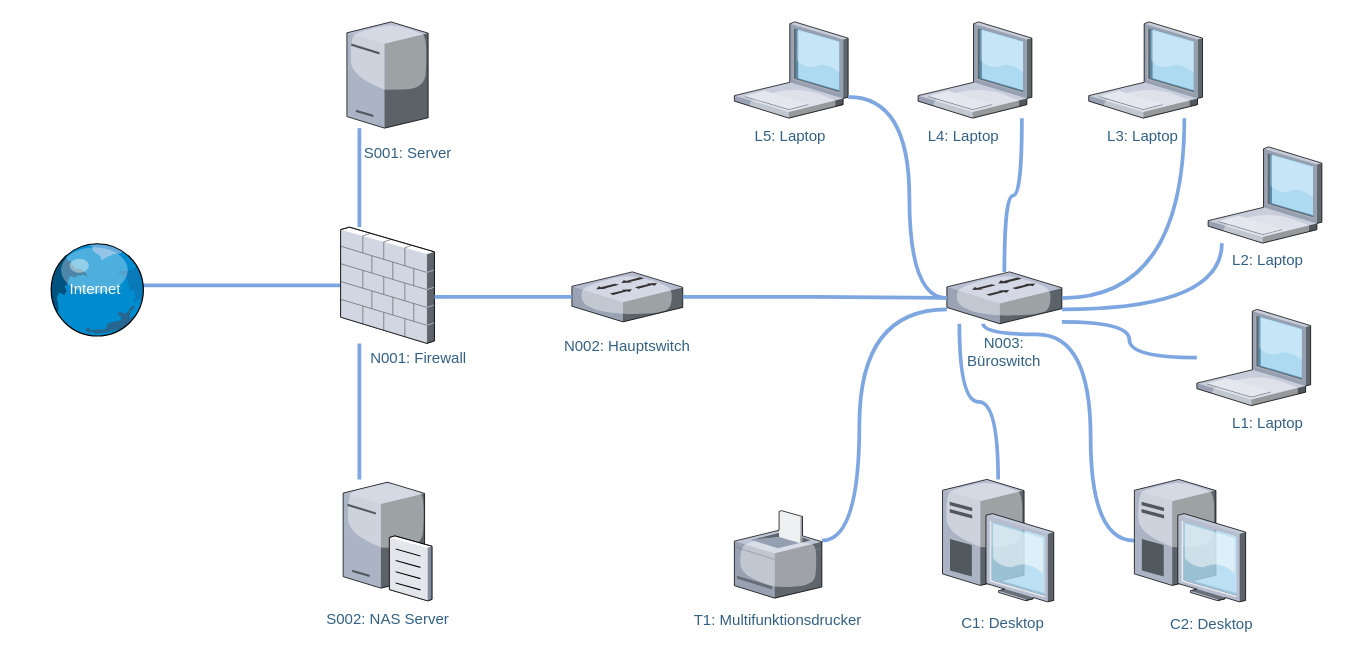
The draw.io diagram Untitled Diagram.drawio in posthak/Netsplan, before the edit. Source tidied: cells renumbered, new cells numbered last; positions are measured from the earlier drawing's top-left corner, leaving out a move shared by most shapes. Both pictures are drawn from the tidied source at 125%, with x=0, y=0 at pixel (21, 21).
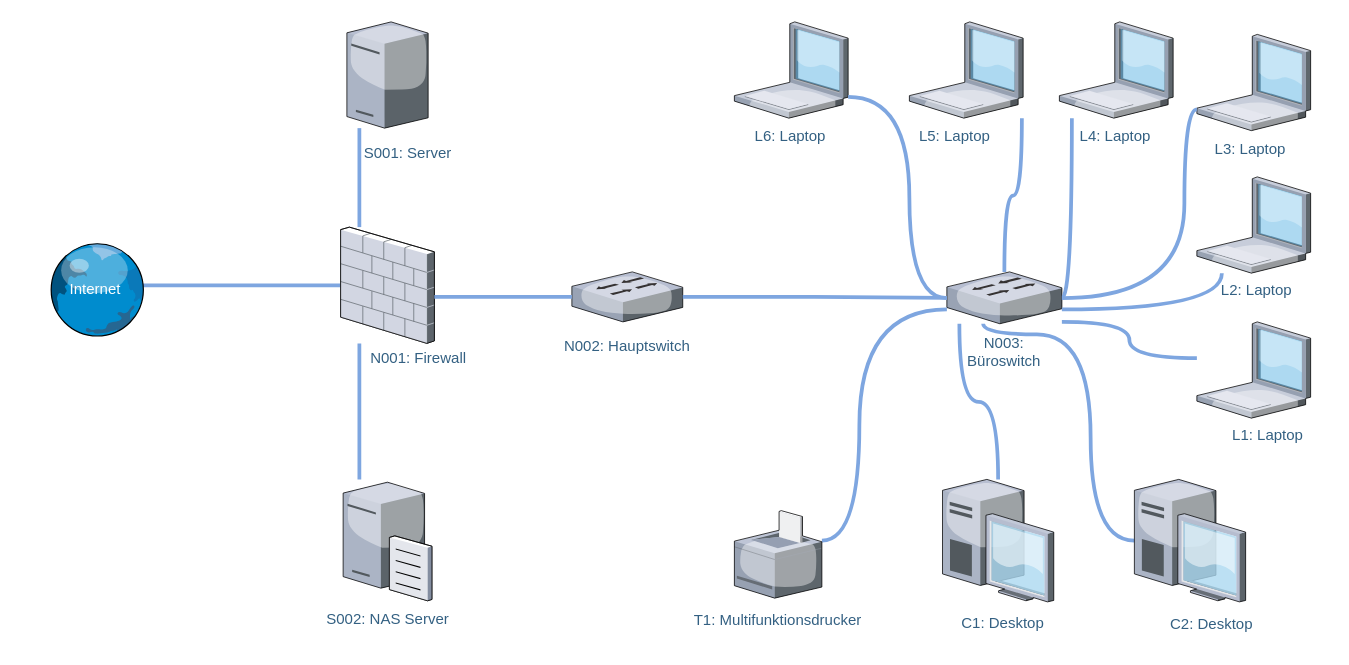
Above is the later version.

Unchanged cells that the change refers to:
```xml
<mxCell id="18" style="group;labelBackgroundColor=none;fontColor=#ffffff;rounded=1;fillColor=none;strokeColor=none;" parent="1" vertex="1">
  <mxGeometry x="570" width="91" height="106" as="geometry" />
</mxCell>
<mxCell id="31" style="verticalLabelPosition=bottom;html=1;verticalAlign=top;strokeColor=none;align=center;outlineConnect=0;shape=mxgraph.citrix.switch;labelBackgroundColor=none;fillColor=#FFE45E;fontColor=#5AA9E6;rounded=1;" parent="30" vertex="1">
  <mxGeometry width="92" height="41.5" as="geometry" />
</mxCell>
<mxCell id="34" style="verticalLabelPosition=bottom;html=1;verticalAlign=top;strokeColor=none;align=center;outlineConnect=0;shape=mxgraph.citrix.laptop_1;labelBackgroundColor=none;fillColor=#FFE45E;fontColor=#5AA9E6;rounded=1;" parent="33" vertex="1">
  <mxGeometry width="91" height="77" as="geometry" />
</mxCell>
```

What changed in the source:
```diff
@@
-    <mxCell id="20" value="&lt;span style=&quot;color: rgb(51, 96, 130);&quot;&gt;L5:&amp;nbsp;&lt;/span&gt;&lt;span style=&quot;color: rgb(51, 96, 130);&quot;&gt;Laptop&lt;/span&gt;" style="text;html=1;align=center;verticalAlign=middle;whiteSpace=wrap;rounded=1;fontFamily=Helvetica;fontSize=12;fontColor=#5AA9E6;labelBackgroundColor=none;fontStyle=0;" parent="18" vertex="1">
+    <mxCell id="20" value="&lt;span style=&quot;color: rgb(51, 96, 130);&quot;&gt;L6:&amp;nbsp;&lt;/span&gt;&lt;span style=&quot;color: rgb(51, 96, 130);&quot;&gt;Laptop&lt;/span&gt;" style="text;html=1;align=center;verticalAlign=middle;whiteSpace=wrap;rounded=1;fontFamily=Helvetica;fontSize=12;fontColor=#5AA9E6;labelBackgroundColor=none;fontStyle=0;" parent="18" vertex="1">
       <mxGeometry x="10" y="77" width="70" height="29" as="geometry" />
     </mxCell>
     <mxCell id="21" style="group;labelBackgroundColor=none;fontColor=#336082;rounded=1;" parent="1" vertex="1">
-      <mxGeometry x="717" width="91" height="106" as="geometry" />
+      <mxGeometry x="710" width="91" height="106" as="geometry" />
     </mxCell>
@@
-    <mxCell id="23" value="L4: Laptop" style="text;html=1;align=center;verticalAlign=middle;whiteSpace=wrap;rounded=1;fontFamily=Helvetica;fontSize=12;fontColor=#336082;labelBackgroundColor=none;" parent="21" vertex="1">
+    <mxCell id="23" value="L5: Laptop" style="text;html=1;align=center;verticalAlign=middle;whiteSpace=wrap;rounded=1;fontFamily=Helvetica;fontSize=12;fontColor=#336082;labelBackgroundColor=none;" parent="21" vertex="1">
       <mxGeometry y="77" width="73.2" height="29" as="geometry" />
     </mxCell>
     <mxCell id="24" style="group;labelBackgroundColor=none;fontColor=#336082;rounded=1;" parent="1" vertex="1">
-      <mxGeometry x="949" y="100" width="95.5" height="106" as="geometry" />
+      <mxGeometry x="940" y="124" width="95.5" height="106" as="geometry" />
     </mxCell>
@@
     <mxCell id="27" style="group;labelBackgroundColor=none;fontColor=#336082;rounded=1;" parent="1" vertex="1">
-      <mxGeometry x="940" y="230" width="104.5" height="110" as="geometry" />
+      <mxGeometry x="940" y="240" width="104.5" height="110" as="geometry" />
     </mxCell>
@@
     <mxCell id="33" style="group;labelBackgroundColor=none;fontColor=#336082;rounded=1;" parent="1" vertex="1">
-      <mxGeometry x="853.5" width="95.5" height="107" as="geometry" />
+      <mxGeometry x="940" y="10" width="95.5" height="107" as="geometry" />
     </mxCell>
@@
-    <mxCell id="48" style="edgeStyle=orthogonalEdgeStyle;rounded=0;jettySize=auto;html=1;strokeColor=#7EA6E0;fontColor=#5AA9E6;fillColor=#FFE45E;curved=1;strokeWidth=3;endArrow=none;startFill=0;" parent="1" edge="1" source="34" target="31">
-      <mxGeometry relative="1" as="geometry">
-        <Array as="points">
-          <mxPoint x="930" y="221" />
-        </Array>
-      </mxGeometry>
-    </mxCell>
@@
+    <mxCell id="48" style="edgeStyle=orthogonalEdgeStyle;rounded=0;jettySize=auto;html=1;strokeColor=#7EA6E0;fontColor=#5AA9E6;fillColor=#FFE45E;curved=1;strokeWidth=3;endArrow=none;startFill=0;" parent="1" edge="1" source="34">
+      <mxGeometry relative="1" as="geometry">
+        <mxPoint x="832" y="221" as="targetPoint" />
+        <Array as="points">
+          <mxPoint x="930" y="70" />
+          <mxPoint x="930" y="221" />
+        </Array>
+      </mxGeometry>
+    </mxCell>
+    <mxCell id="56" style="group;labelBackgroundColor=none;fontColor=#ffffff;rounded=1;fillColor=none;strokeColor=none;" parent="1" vertex="1">
+      <mxGeometry x="830" width="91" height="106" as="geometry" />
+    </mxCell>
+    <mxCell id="57" style="verticalLabelPosition=bottom;html=1;verticalAlign=top;strokeColor=none;align=center;outlineConnect=0;shape=mxgraph.citrix.laptop_1;labelBackgroundColor=none;fillColor=#FFE45E;fontColor=#5AA9E6;rounded=1;" parent="56" vertex="1">
+      <mxGeometry width="91" height="77" as="geometry" />
+    </mxCell>
+    <mxCell id="58" value="&lt;span style=&quot;color: rgb(51, 96, 130);&quot;&gt;L4:&amp;nbsp;&lt;/span&gt;&lt;span style=&quot;color: rgb(51, 96, 130);&quot;&gt;Laptop&lt;/span&gt;" style="text;html=1;align=center;verticalAlign=middle;whiteSpace=wrap;rounded=1;fontFamily=Helvetica;fontSize=12;fontColor=#5AA9E6;labelBackgroundColor=none;fontStyle=0;" parent="56" vertex="1">
+      <mxGeometry x="10" y="77" width="70" height="29" as="geometry" />
+    </mxCell>
+    <mxCell id="59" style="edgeStyle=orthogonalEdgeStyle;rounded=0;jettySize=auto;html=1;strokeColor=#7EA6E0;fontColor=#5AA9E6;fillColor=#FFE45E;curved=1;strokeWidth=3;endArrow=none;startFill=0;" parent="1" edge="1" source="31" target="57">
+      <mxGeometry relative="1" as="geometry">
+        <Array as="points">
+          <mxPoint x="840" y="221" />
+        </Array>
+      </mxGeometry>
+    </mxCell>
```
